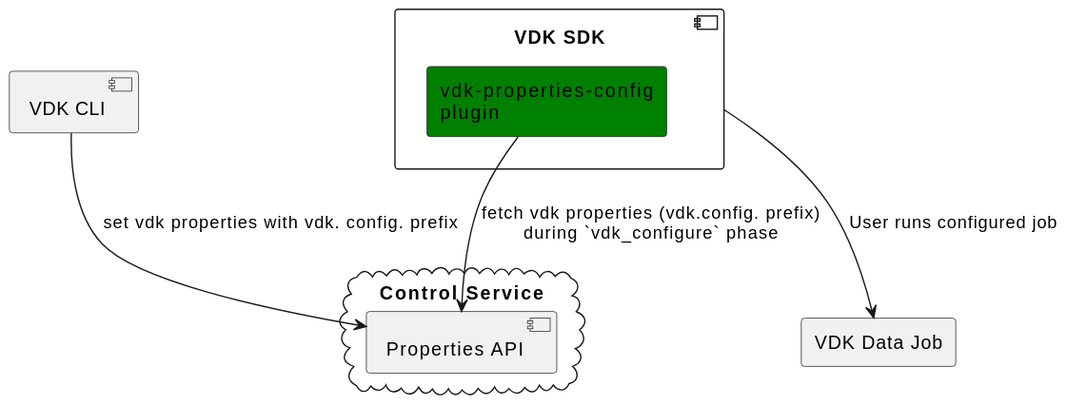
Earlier version of the PlantUML export specs/vep-1722-properties-based-vdk-configuration-provider/diagrams/vdk-properties-based-config-plugin.svg (vmware/versatile-data-kit). Its diagram source:
```plantuml
@startuml
top to bottom direction

cloud "Control Service" {
    component "Properties API"
}

component "VDK CLI"
rectangle "VDK Data Job"
component "VDK SDK" {
    rectangle "vdk-properties-config\nplugin" as propPlugin #Green
}

"VDK CLI" --> "Properties API" : set vdk properties with vdk. config. prefix
propPlugin --> "Properties API" : fetch vdk properties (vdk.config. prefix)\nduring `vdk_configure` phase
"VDK SDK" --> "VDK Data Job" : User runs configured job
@enduml
```
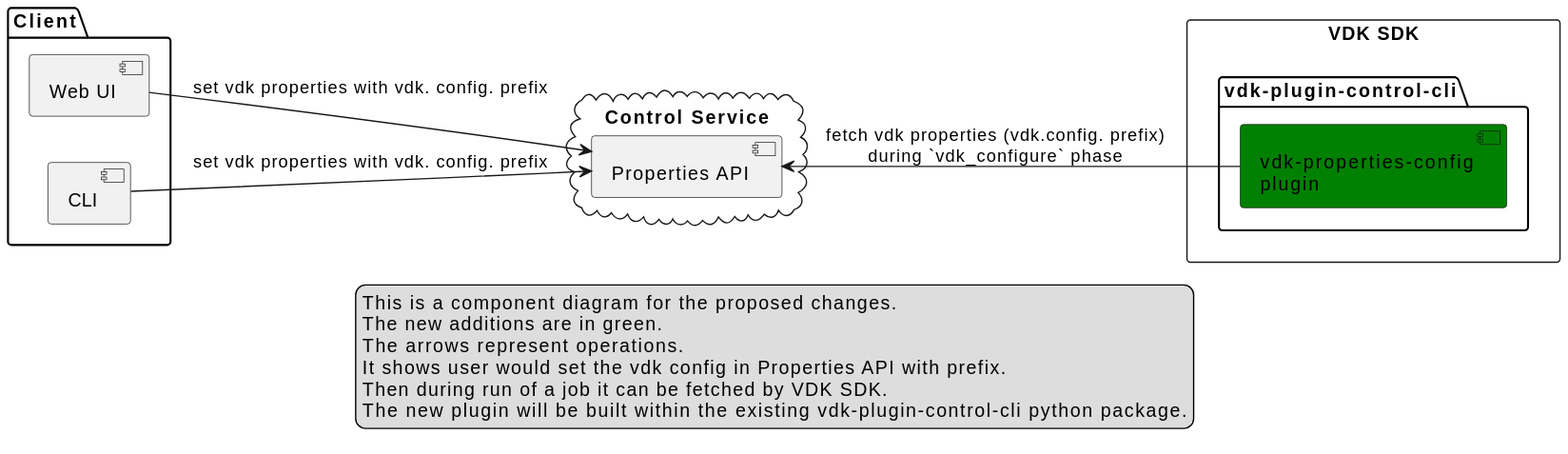
After the change.

Commit message:
versatile-data-kit: adress comments

Diff of the diagram source:
```diff
@@ -1,17 +1,28 @@
 @startuml
-top to bottom direction
+left to right direction
+
+legend
+  This is a component diagram for the proposed changes.
+  The new additions are in green.
+  The arrows represent operations.
+  It shows user would set the vdk config in Properties API with prefix.
+  Then during run of a job it can be fetched by VDK SDK.
+  The new plugin will be built within the existing vdk-plugin-control-cli python package.
+endlegend
 
 cloud "Control Service" {
     component "Properties API"
 }
 
-component "VDK CLI"
-rectangle "VDK Data Job"
-component "VDK SDK" {
-    rectangle "vdk-properties-config\nplugin" as propPlugin #Green
+rectangle "VDK SDK" {
+  package "vdk-plugin-control-cli" {
+    component "vdk-properties-config\nplugin" as propPlugin #Green
+  }
 }
 
-"VDK CLI" --> "Properties API" : set vdk properties with vdk. config. prefix
-propPlugin --> "Properties API" : fetch vdk properties (vdk.config. prefix)\nduring `vdk_configure` phase
-"VDK SDK" --> "VDK Data Job" : User runs configured job
+package "Client" {
+    [Web UI] --> "Properties API" : set vdk properties with vdk. config. prefix
+    [CLI] --> "Properties API" : set vdk properties with vdk. config. prefix
+}
+propPlugin -up-> "Properties API" : fetch vdk properties (vdk.config. prefix)\nduring `vdk_configure` phase
 @enduml
```
